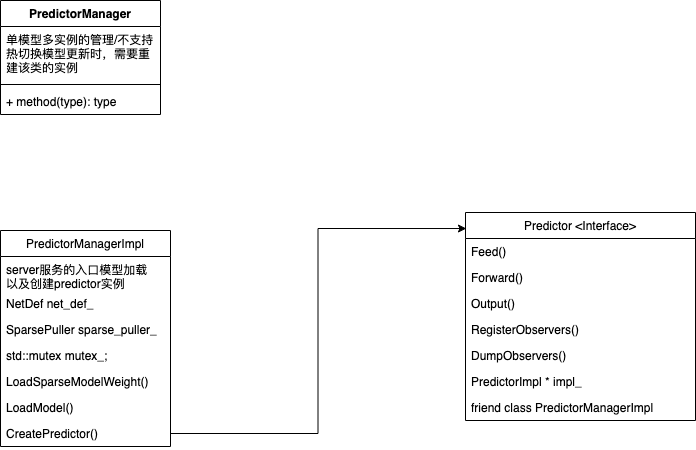
Before: Blaze Diagram.png, a diagram exported from draw.io (theflyfish/my_draw). Source tidied: cells renumbered, new cells last; positions are measured from the earlier drawing's top-left corner, leaving out a move shared by most shapes. The source it was exported from:
```xml
<mxGraphModel>
  <root>
    <mxCell id="0" />
    <mxCell id="1" parent="0" />
    <mxCell id="2" value="PredictorManagerImpl" style="swimlane;fontStyle=0;horizontal=1;startSize=26;fillColor=none;" parent="1" vertex="1">
      <mxGeometry y="230" width="170" height="216" as="geometry" />
    </mxCell>
    <mxCell id="3" value="server服务的入口模型加载&#10;以及创建predictor实例" style="text;strokeColor=none;fillColor=none;align=left;verticalAlign=top;spacingLeft=4;spacingRight=4;overflow=hidden;" parent="2" vertex="1">
      <mxGeometry y="26" width="170" height="34" as="geometry" />
    </mxCell>
    <mxCell id="4" value="NetDef net_def_" style="text;strokeColor=none;fillColor=none;align=left;verticalAlign=top;spacingLeft=4;spacingRight=4;overflow=hidden;" parent="2" vertex="1">
      <mxGeometry y="60" width="170" height="26" as="geometry" />
    </mxCell>
    <mxCell id="5" value="SparsePuller sparse_puller_" style="text;strokeColor=none;fillColor=none;align=left;verticalAlign=top;spacingLeft=4;spacingRight=4;overflow=hidden;" parent="2" vertex="1">
      <mxGeometry y="86" width="170" height="26" as="geometry" />
    </mxCell>
    <mxCell id="6" value="std::mutex mutex_;&#10;" style="text;strokeColor=none;fillColor=none;align=left;verticalAlign=top;spacingLeft=4;spacingRight=4;overflow=hidden;" parent="2" vertex="1">
      <mxGeometry y="112" width="170" height="26" as="geometry" />
    </mxCell>
    <mxCell id="7" value="LoadSparseModelWeight()" style="text;strokeColor=none;fillColor=none;align=left;verticalAlign=top;spacingLeft=4;spacingRight=4;overflow=hidden;" parent="2" vertex="1">
      <mxGeometry y="138" width="170" height="26" as="geometry" />
    </mxCell>
    <mxCell id="8" value="LoadModel()" style="text;strokeColor=none;fillColor=none;align=left;verticalAlign=top;spacingLeft=4;spacingRight=4;overflow=hidden;points=[[0,0.5],[1,0.5]];portConstraint=eastwest;" parent="2" vertex="1">
      <mxGeometry y="164" width="170" height="26" as="geometry" />
    </mxCell>
    <mxCell id="9" value="CreatePredictor()" style="text;strokeColor=none;fillColor=none;align=left;verticalAlign=top;spacingLeft=4;spacingRight=4;overflow=hidden;points=[[0,0.5],[1,0.5]];portConstraint=eastwest;" parent="2" vertex="1">
      <mxGeometry y="190" width="170" height="26" as="geometry" />
    </mxCell>
    <mxCell id="10" value="Predictor &lt;Interface&gt;" style="swimlane;fontStyle=0;horizontal=1;startSize=26;fillColor=none;" parent="1" vertex="1">
      <mxGeometry x="465" y="212" width="230" height="208" as="geometry" />
    </mxCell>
    <mxCell id="11" value="Feed()" style="text;strokeColor=none;fillColor=none;align=left;verticalAlign=top;spacingLeft=4;spacingRight=4;overflow=hidden;" parent="10" vertex="1">
      <mxGeometry y="26" width="230" height="26" as="geometry" />
    </mxCell>
    <mxCell id="12" value="Forward()" style="text;strokeColor=none;fillColor=none;align=left;verticalAlign=top;spacingLeft=4;spacingRight=4;overflow=hidden;" parent="10" vertex="1">
      <mxGeometry y="52" width="230" height="26" as="geometry" />
    </mxCell>
    <mxCell id="13" value="Output()" style="text;strokeColor=none;fillColor=none;align=left;verticalAlign=top;spacingLeft=4;spacingRight=4;overflow=hidden;" parent="10" vertex="1">
      <mxGeometry y="78" width="230" height="26" as="geometry" />
    </mxCell>
    <mxCell id="14" value="RegisterObservers()" style="text;strokeColor=none;fillColor=none;align=left;verticalAlign=top;spacingLeft=4;spacingRight=4;overflow=hidden;" parent="10" vertex="1">
      <mxGeometry y="104" width="230" height="26" as="geometry" />
    </mxCell>
    <mxCell id="15" value="DumpObservers()" style="text;strokeColor=none;fillColor=none;align=left;verticalAlign=top;spacingLeft=4;spacingRight=4;overflow=hidden;" parent="10" vertex="1">
      <mxGeometry y="130" width="230" height="26" as="geometry" />
    </mxCell>
    <mxCell id="16" value="PredictorImpl * impl_" style="text;strokeColor=none;fillColor=none;align=left;verticalAlign=top;spacingLeft=4;spacingRight=4;overflow=hidden;" parent="10" vertex="1">
      <mxGeometry y="156" width="230" height="26" as="geometry" />
    </mxCell>
    <mxCell id="17" value="friend class PredictorManagerImpl" style="text;strokeColor=none;fillColor=none;align=left;verticalAlign=top;spacingLeft=4;spacingRight=4;overflow=hidden;" parent="10" vertex="1">
      <mxGeometry y="182" width="230" height="26" as="geometry" />
    </mxCell>
    <mxCell id="18" style="edgeStyle=orthogonalEdgeStyle;rounded=0;jettySize=auto;html=1;entryX=0.004;entryY=0.077;entryDx=0;entryDy=0;entryPerimeter=0;" parent="1" edge="1" source="9" target="10">
      <mxGeometry relative="1" as="geometry" />
    </mxCell>
    <mxCell id="19" value="PredictorManager" style="swimlane;fontStyle=1;align=center;verticalAlign=top;horizontal=1;startSize=26;" parent="1" vertex="1">
      <mxGeometry width="160" height="114" as="geometry" />
    </mxCell>
    <mxCell id="20" value="单模型多实例的管理/不支持&#10;热切换模型更新时，需要重&#10;建该类的实例" style="text;strokeColor=none;fillColor=none;align=left;verticalAlign=top;spacingLeft=4;spacingRight=4;overflow=hidden;" parent="19" vertex="1">
      <mxGeometry y="26" width="160" height="54" as="geometry" />
    </mxCell>
    <mxCell id="21" style="line;strokeWidth=1;fillColor=none;align=left;verticalAlign=middle;spacingTop=-1;spacingLeft=3;spacingRight=3;labelPosition=right;" parent="19" vertex="1">
      <mxGeometry y="80" width="160" height="8" as="geometry" />
    </mxCell>
    <mxCell id="22" value="+ method(type): type" style="text;strokeColor=none;fillColor=none;align=left;verticalAlign=top;spacingLeft=4;spacingRight=4;overflow=hidden;" parent="19" vertex="1">
      <mxGeometry y="88" width="160" height="26" as="geometry" />
    </mxCell>
  </root>
</mxGraphModel>
```
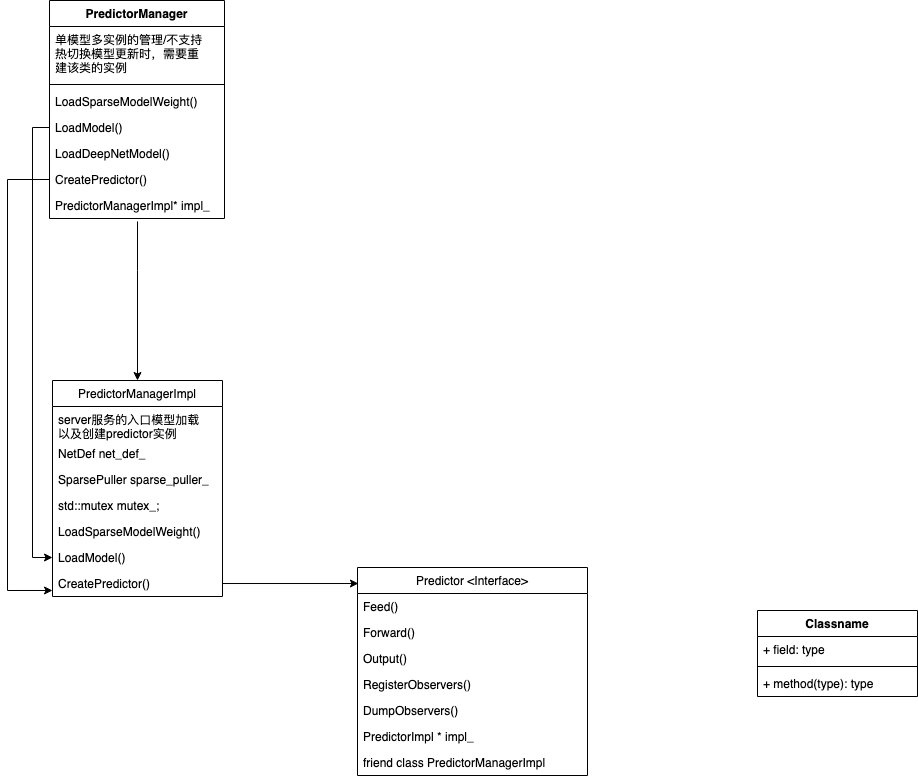
Later version of the same file.

The edit, as a diff of the source:
```diff
@@ -27,7 +27,7 @@
       <mxGeometry y="190" width="170" height="26" as="geometry" />
     </mxCell>
     <mxCell id="10" value="Predictor &lt;Interface&gt;" style="swimlane;fontStyle=0;horizontal=1;startSize=26;fillColor=none;" parent="1" vertex="1">
-      <mxGeometry x="465" y="212" width="230" height="208" as="geometry" />
+      <mxGeometry x="305" y="417" width="230" height="208" as="geometry" />
     </mxCell>
     <mxCell id="11" value="Feed()" style="text;strokeColor=none;fillColor=none;align=left;verticalAlign=top;spacingLeft=4;spacingRight=4;overflow=hidden;" parent="10" vertex="1">
       <mxGeometry y="26" width="230" height="26" as="geometry" />
@@ -54,16 +54,64 @@
       <mxGeometry relative="1" as="geometry" />
     </mxCell>
     <mxCell id="19" value="PredictorManager" style="swimlane;fontStyle=1;align=center;verticalAlign=top;horizontal=1;startSize=26;" parent="1" vertex="1">
-      <mxGeometry width="160" height="114" as="geometry" />
+      <mxGeometry x="-3" y="-150" width="175" height="218" as="geometry" />
     </mxCell>
     <mxCell id="20" value="单模型多实例的管理/不支持&#10;热切换模型更新时，需要重&#10;建该类的实例" style="text;strokeColor=none;fillColor=none;align=left;verticalAlign=top;spacingLeft=4;spacingRight=4;overflow=hidden;" parent="19" vertex="1">
-      <mxGeometry y="26" width="160" height="54" as="geometry" />
+      <mxGeometry y="26" width="175" height="54" as="geometry" />
     </mxCell>
     <mxCell id="21" style="line;strokeWidth=1;fillColor=none;align=left;verticalAlign=middle;spacingTop=-1;spacingLeft=3;spacingRight=3;labelPosition=right;" parent="19" vertex="1">
-      <mxGeometry y="80" width="160" height="8" as="geometry" />
+      <mxGeometry y="80" width="175" height="8" as="geometry" />
     </mxCell>
-    <mxCell id="22" value="+ method(type): type" style="text;strokeColor=none;fillColor=none;align=left;verticalAlign=top;spacingLeft=4;spacingRight=4;overflow=hidden;" parent="19" vertex="1">
-      <mxGeometry y="88" width="160" height="26" as="geometry" />
+    <mxCell id="22" value="LoadSparseModelWeight()" style="text;strokeColor=none;fillColor=none;align=left;verticalAlign=top;spacingLeft=4;spacingRight=4;overflow=hidden;" parent="19" vertex="1">
+      <mxGeometry y="88" width="175" height="26" as="geometry" />
     </mxCell>
+    <mxCell id="23" value="LoadModel()" style="text;strokeColor=none;fillColor=none;align=left;verticalAlign=top;spacingLeft=4;spacingRight=4;overflow=hidden;points=[[0,0.5],[1,0.5]];portConstraint=eastwest;" parent="19" vertex="1">
+      <mxGeometry y="114" width="175" height="26" as="geometry" />
+    </mxCell>
+    <mxCell id="24" value="LoadDeepNetModel()&#10;" style="text;strokeColor=none;fillColor=none;align=left;verticalAlign=top;spacingLeft=4;spacingRight=4;overflow=hidden;" parent="19" vertex="1">
+      <mxGeometry y="140" width="175" height="26" as="geometry" />
+    </mxCell>
+    <mxCell id="25" value="CreatePredictor()" style="text;strokeColor=none;fillColor=none;align=left;verticalAlign=top;spacingLeft=4;spacingRight=4;overflow=hidden;points=[[0,0.5],[1,0.5]];portConstraint=eastwest;" parent="19" vertex="1">
+      <mxGeometry y="166" width="175" height="26" as="geometry" />
+    </mxCell>
+    <mxCell id="26" value="PredictorManagerImpl* impl_" style="text;strokeColor=none;fillColor=none;align=left;verticalAlign=top;spacingLeft=4;spacingRight=4;overflow=hidden;points=[[0,0.5],[1,0.5]];portConstraint=eastwest;" parent="19" vertex="1">
+      <mxGeometry y="192" width="175" height="26" as="geometry" />
+    </mxCell>
+    <mxCell id="27" style="edgeStyle=orthogonalEdgeStyle;rounded=0;jettySize=auto;html=1;exitX=0.503;exitY=1.115;exitDx=0;exitDy=0;exitPerimeter=0;" parent="1" edge="1" source="26" target="2">
+      <mxGeometry relative="1" as="geometry">
+        <Array as="points">
+          <mxPoint x="85" y="120" />
+          <mxPoint x="85" y="120" />
+        </Array>
+      </mxGeometry>
+    </mxCell>
+    <mxCell id="28" style="edgeStyle=orthogonalEdgeStyle;rounded=0;jettySize=auto;html=1;entryX=0;entryY=0.769;entryDx=0;entryDy=0;entryPerimeter=0;" parent="1" edge="1" source="25" target="9">
+      <mxGeometry relative="1" as="geometry">
+        <Array as="points">
+          <mxPoint x="-45" y="29" />
+          <mxPoint x="-45" y="440" />
+        </Array>
+      </mxGeometry>
+    </mxCell>
+    <mxCell id="29" style="edgeStyle=orthogonalEdgeStyle;rounded=0;jettySize=auto;html=1;entryX=0;entryY=0.5;entryDx=0;entryDy=0;" parent="1" edge="1" source="23" target="8">
+      <mxGeometry relative="1" as="geometry">
+        <Array as="points">
+          <mxPoint x="-20" y="-23" />
+          <mxPoint x="-20" y="407" />
+        </Array>
+      </mxGeometry>
+    </mxCell>
+    <mxCell id="30" value="Classname" style="swimlane;fontStyle=1;align=center;verticalAlign=top;horizontal=1;startSize=26;" parent="1" vertex="1">
+      <mxGeometry x="705" y="460" width="160" height="86" as="geometry" />
+    </mxCell>
+    <mxCell id="31" value="+ field: type" style="text;strokeColor=none;fillColor=none;align=left;verticalAlign=top;spacingLeft=4;spacingRight=4;overflow=hidden;" parent="30" vertex="1">
+      <mxGeometry y="26" width="160" height="26" as="geometry" />
+    </mxCell>
+    <mxCell id="32" style="line;strokeWidth=1;fillColor=none;align=left;verticalAlign=middle;spacingTop=-1;spacingLeft=3;spacingRight=3;labelPosition=right;" parent="30" vertex="1">
+      <mxGeometry y="52" width="160" height="8" as="geometry" />
+    </mxCell>
+    <mxCell id="33" value="+ method(type): type" style="text;strokeColor=none;fillColor=none;align=left;verticalAlign=top;spacingLeft=4;spacingRight=4;overflow=hidden;" parent="30" vertex="1">
+      <mxGeometry y="60" width="160" height="26" as="geometry" />
+    </mxCell>
   </root>
 </mxGraphModel>
```
